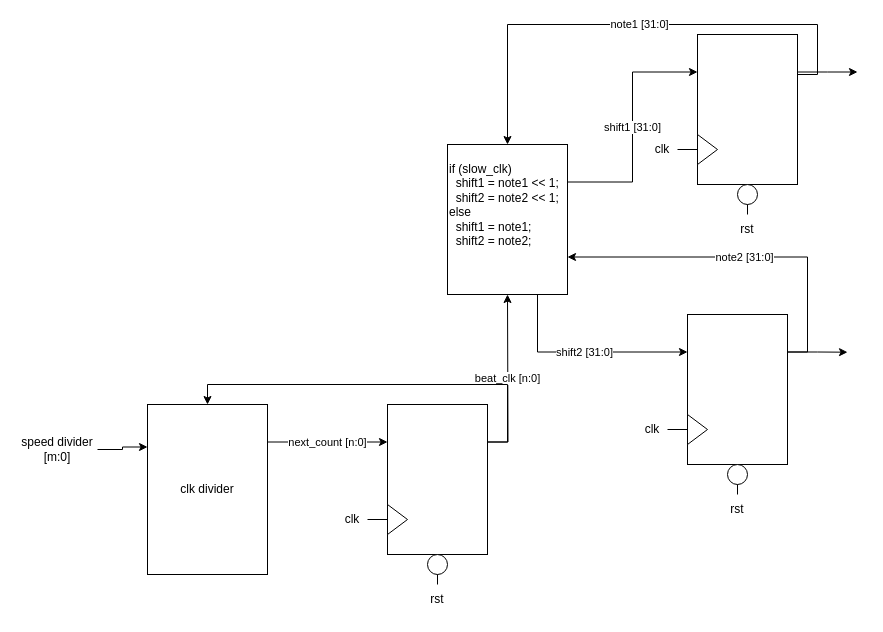
This is Untitled Diagram.drawio from chepemike25/STARS-RTL-desgin-Mike-Shresth-Claire-Jakob-w-Fahad-2.0, a draw.io file, before an edit. Source tidied: cells renumbered, new cells numbered last; positions are measured from the earlier drawing's top-left corner, leaving out a move shared by most shapes. Both pictures are drawn from the tidied source at 100%, with x=0, y=0 at pixel (17, 24).
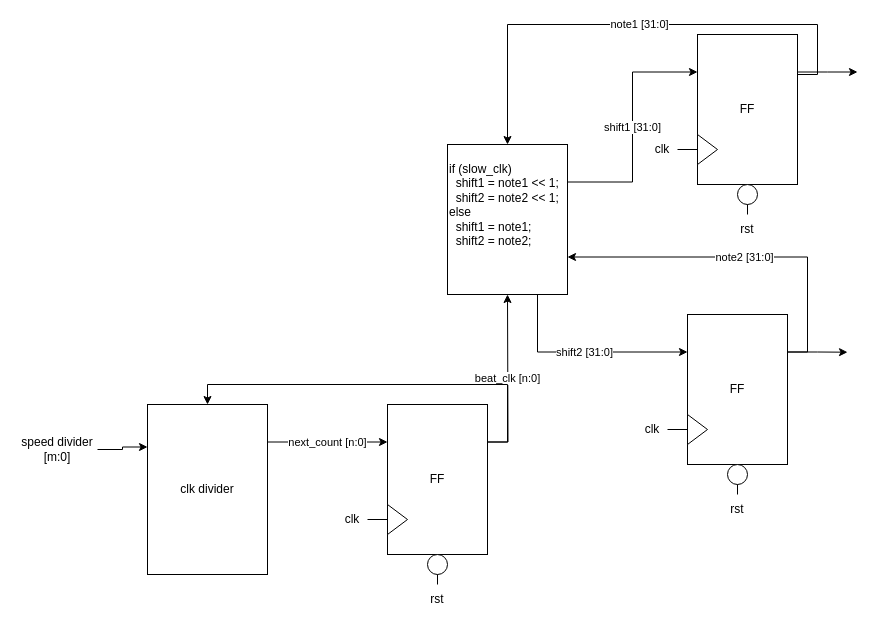
After the change.

The change refers to these unchanged cells:
```xml
<mxCell id="2" style="group;" parent="1" vertex="1">
  <mxGeometry x="630" y="10" width="150" height="210" as="geometry" />
</mxCell>
<mxCell id="13" style="group;" parent="1" vertex="1">
  <mxGeometry x="320" y="380" width="150" height="210" as="geometry" />
</mxCell>
<mxCell id="28" style="group;" parent="1" vertex="1">
  <mxGeometry x="620" y="290" width="150" height="210" as="geometry" />
</mxCell>
```

The edit, as a diff of the source:
```diff
@@
-    <mxCell id="4" style="rounded=0;whiteSpace=wrap;html=1;" parent="2" vertex="1">
+    <mxCell id="4" value="FF" style="rounded=0;whiteSpace=wrap;html=1;" parent="2" vertex="1">
       <mxGeometry x="50" width="100" height="150" as="geometry" />
     </mxCell>
@@
-    <mxCell id="15" style="rounded=0;whiteSpace=wrap;html=1;" parent="13" vertex="1">
+    <mxCell id="15" value="FF" style="rounded=0;whiteSpace=wrap;html=1;" parent="13" vertex="1">
       <mxGeometry x="50" width="100" height="150" as="geometry" />
     </mxCell>
@@
-    <mxCell id="30" style="rounded=0;whiteSpace=wrap;html=1;" parent="28" vertex="1">
+    <mxCell id="30" value="FF" style="rounded=0;whiteSpace=wrap;html=1;" parent="28" vertex="1">
       <mxGeometry x="50" width="100" height="150" as="geometry" />
     </mxCell>
```
